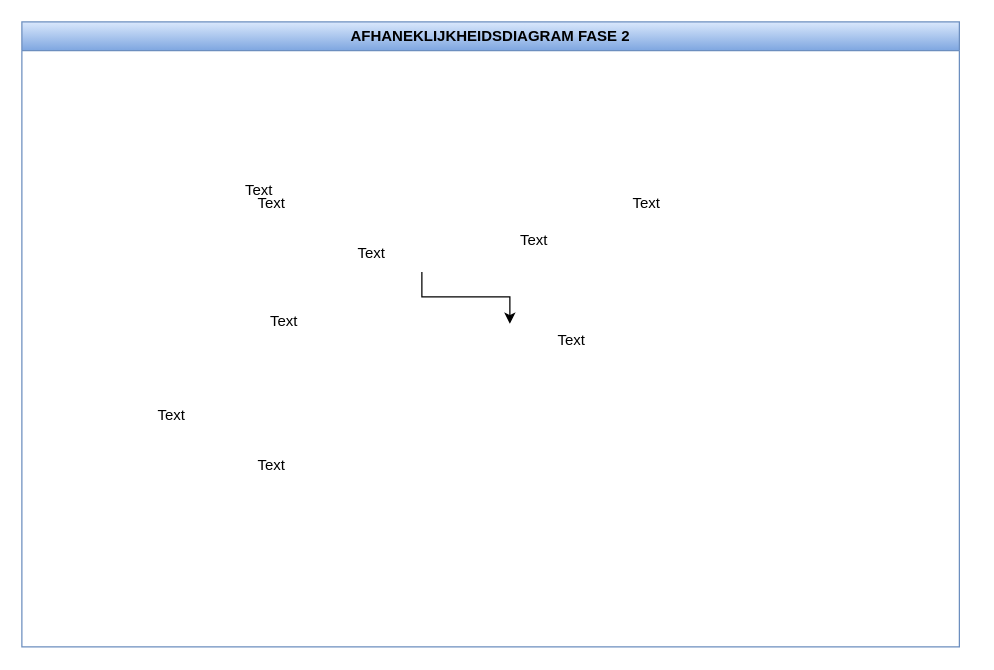
RuneSerruys/RuneSerruys keeps this draw.io diagram as page "Pagina-1" (1 of 2) of Diagram zonder titel.drawio. Above is the earlier version. Source tidied: cells renumbered, new cells numbered last; positions are measured from the earlier drawing's top-left corner, leaving out a move shared by most shapes. Both pictures are drawn from the tidied source at 125%, with x=0, y=0 at pixel (21, 21).
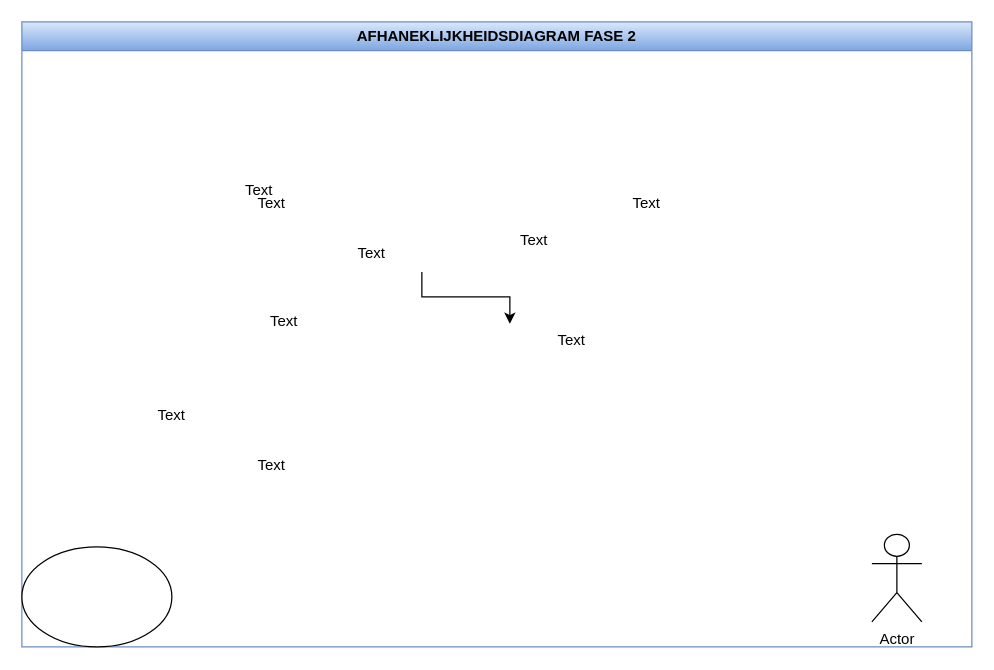
Above is the later version.

Change to the diagram source:
```diff
@@
 <mxGraphModel>
   <root>
     <mxCell id="0" />
     <mxCell id="1" parent="0" />
     <mxCell id="2" value="AFHANEKLIJKHEIDSDIAGRAM FASE 2" style="swimlane;whiteSpace=wrap;html=1;fillColor=#dae8fc;strokeColor=#6c8ebf;gradientColor=#7ea6e0;" parent="1" vertex="1">
-      <mxGeometry width="750" height="500" as="geometry" />
+      <mxGeometry width="760" height="500" as="geometry" />
     </mxCell>
     <mxCell id="3" value="Text" style="text;html=1;strokeColor=none;fillColor=none;align=center;verticalAlign=middle;whiteSpace=wrap;rounded=0;" parent="2" vertex="1">
       <mxGeometry x="420" y="130" width="160" height="30" as="geometry" />
     </mxCell>
     <mxCell id="4" value="Text" style="text;html=1;strokeColor=none;fillColor=none;align=center;verticalAlign=middle;whiteSpace=wrap;rounded=0;" parent="2" vertex="1">
       <mxGeometry x="360" y="240" width="160" height="30" as="geometry" />
     </mxCell>
     <mxCell id="5" value="Text" style="text;html=1;strokeColor=none;fillColor=none;align=center;verticalAlign=middle;whiteSpace=wrap;rounded=0;" parent="2" vertex="1">
       <mxGeometry x="120" y="340" width="160" height="30" as="geometry" />
     </mxCell>
     <mxCell id="6" value="Text" style="text;html=1;strokeColor=none;fillColor=none;align=center;verticalAlign=middle;whiteSpace=wrap;rounded=0;" parent="2" vertex="1">
       <mxGeometry x="200" y="170" width="160" height="30" as="geometry" />
     </mxCell>
     <mxCell id="7" value="Text" style="text;html=1;strokeColor=none;fillColor=none;align=center;verticalAlign=middle;whiteSpace=wrap;rounded=0;" parent="2" vertex="1">
       <mxGeometry x="40" y="300" width="160" height="30" as="geometry" />
     </mxCell>
     <mxCell id="8" value="Text" style="text;html=1;strokeColor=none;fillColor=none;align=center;verticalAlign=middle;whiteSpace=wrap;rounded=0;" parent="2" vertex="1">
       <mxGeometry x="330" y="160" width="160" height="30" as="geometry" />
     </mxCell>
     <mxCell id="9" style="edgeStyle=orthogonalEdgeStyle;rounded=0;jettySize=auto;html=1;exitX=0.75;exitY=1;exitDx=0;exitDy=0;entryX=0.19;entryY=0.053;entryDx=0;entryDy=0;entryPerimeter=0;" parent="2" edge="1" source="6" target="4">
       <mxGeometry relative="1" as="geometry" />
     </mxCell>
+    <mxCell id="13" value="Actor" style="shape=umlActor;verticalLabelPosition=bottom;verticalAlign=top;html=1;" parent="2" vertex="1">
+      <mxGeometry x="680" y="410" width="40" height="70" as="geometry" />
+    </mxCell>
+    <mxCell id="14" style="ellipse;whiteSpace=wrap;html=1;fontSize=16;" parent="2" vertex="1">
+      <mxGeometry y="420" width="120" height="80" as="geometry" />
+    </mxCell>
     <mxCell id="10" value="Text" style="text;html=1;strokeColor=none;fillColor=none;align=center;verticalAlign=middle;whiteSpace=wrap;rounded=0;" parent="1" vertex="1">
       <mxGeometry x="110" y="120" width="160" height="30" as="geometry" />
     </mxCell>
     <mxCell id="11" value="Text" style="text;html=1;strokeColor=none;fillColor=none;align=center;verticalAlign=middle;whiteSpace=wrap;rounded=0;" parent="1" vertex="1">
       <mxGeometry x="120" y="130" width="160" height="30" as="geometry" />
     </mxCell>
     <mxCell id="12" value="Text" style="text;html=1;strokeColor=none;fillColor=none;align=center;verticalAlign=middle;whiteSpace=wrap;rounded=0;" parent="1" vertex="1">
       <mxGeometry x="130" y="200" width="160" height="80" as="geometry" />
     </mxCell>
   </root>
 </mxGraphModel>
```
